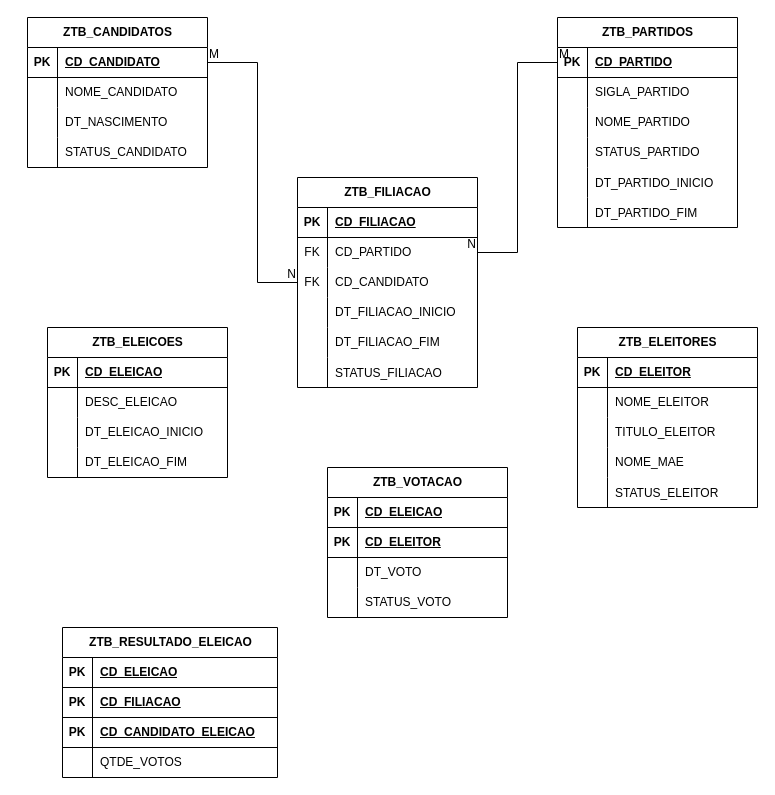
Above: Diagrama sem nome.drawio in HerbertPossebon/Eleicoes (draw.io), before the change. Source tidied: cells renumbered, new cells numbered last; positions are measured from the earlier drawing's top-left corner, leaving out a move shared by most shapes. Both pictures are drawn from the tidied source at 100%, with x=0, y=0 at pixel (27, 17).
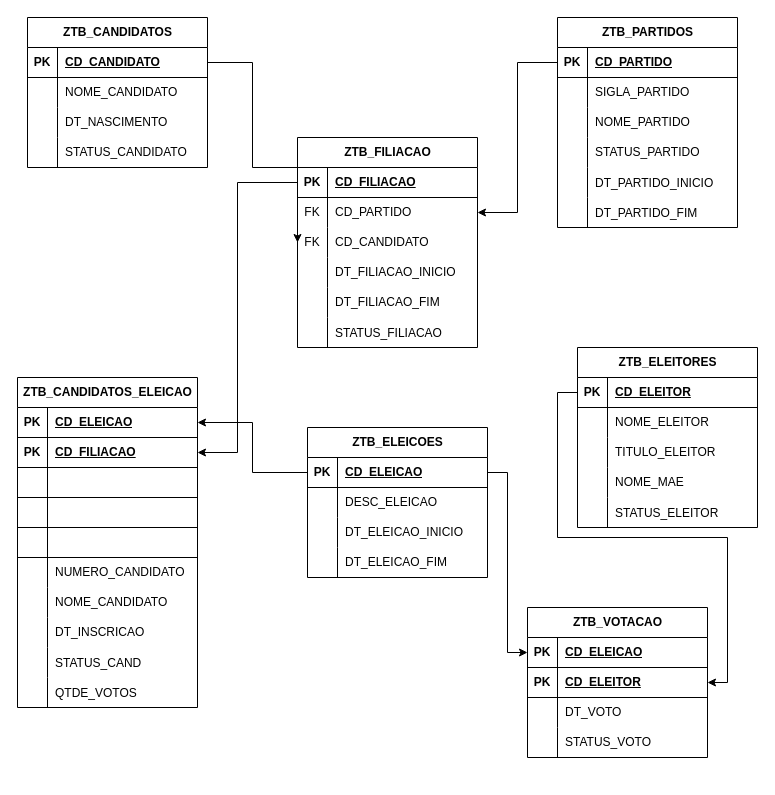
The same diagram, later.

Unchanged cells that the change refers to:
```xml
<mxCell id="3" style="shape=tableRow;horizontal=0;startSize=0;swimlaneHead=0;swimlaneBody=0;fillColor=none;points=[[0,0.5],[1,0.5]];portConstraint=eastwest;top=0;left=0;right=0;bottom=1;" parent="2" vertex="1">
  <mxGeometry y="30" width="180" height="30" as="geometry" />
</mxCell>
<mxCell id="16" style="shape=tableRow;horizontal=0;startSize=0;swimlaneHead=0;swimlaneBody=0;fillColor=none;points=[[0,0.5],[1,0.5]];portConstraint=eastwest;top=0;left=0;right=0;bottom=1;" parent="15" vertex="1">
  <mxGeometry y="30" width="180" height="30" as="geometry" />
</mxCell>
<mxCell id="35" style="shape=tableRow;horizontal=0;startSize=0;swimlaneHead=0;swimlaneBody=0;fillColor=none;points=[[0,0.5],[1,0.5]];portConstraint=eastwest;top=0;left=0;right=0;bottom=1;" parent="34" vertex="1">
  <mxGeometry y="30" width="180" height="30" as="geometry" />
</mxCell>
<mxCell id="38" style="shape=tableRow;horizontal=0;startSize=0;swimlaneHead=0;swimlaneBody=0;fillColor=none;points=[[0,0.5],[1,0.5]];portConstraint=eastwest;top=0;left=0;right=0;bottom=0;" parent="34" vertex="1">
  <mxGeometry y="60" width="180" height="30" as="geometry" />
</mxCell>
<mxCell id="41" style="shape=tableRow;horizontal=0;startSize=0;swimlaneHead=0;swimlaneBody=0;fillColor=none;points=[[0,0.5],[1,0.5]];portConstraint=eastwest;top=0;left=0;right=0;bottom=0;" parent="34" vertex="1">
  <mxGeometry y="90" width="180" height="30" as="geometry" />
</mxCell>
<mxCell id="60" style="shape=tableRow;horizontal=0;startSize=0;swimlaneHead=0;swimlaneBody=0;fillColor=none;points=[[0,0.5],[1,0.5]];portConstraint=eastwest;top=0;left=0;right=0;bottom=1;" parent="59" vertex="1">
  <mxGeometry y="30" width="180" height="30" as="geometry" />
</mxCell>
<mxCell id="73" style="shape=tableRow;horizontal=0;startSize=0;swimlaneHead=0;swimlaneBody=0;fillColor=none;points=[[0,0.5],[1,0.5]];portConstraint=eastwest;top=0;left=0;right=0;bottom=1;" parent="72" vertex="1">
  <mxGeometry y="30" width="180" height="30" as="geometry" />
</mxCell>
<mxCell id="76" style="shape=tableRow;horizontal=0;startSize=0;swimlaneHead=0;swimlaneBody=0;fillColor=none;points=[[0,0.5],[1,0.5]];portConstraint=eastwest;top=0;left=0;right=0;bottom=1;" parent="72" vertex="1">
  <mxGeometry y="60" width="180" height="30" as="geometry" />
</mxCell>
<mxCell id="86" style="shape=tableRow;horizontal=0;startSize=0;swimlaneHead=0;swimlaneBody=0;fillColor=none;points=[[0,0.5],[1,0.5]];portConstraint=eastwest;top=0;left=0;right=0;bottom=1;" parent="85" vertex="1">
  <mxGeometry y="30" width="180" height="30" as="geometry" />
</mxCell>
```

Diff of the diagram source:
```diff
@@
     <mxCell id="34" value="ZTB_FILIACAO" style="shape=table;startSize=30;childLayout=tableLayout;rowLines=0;fontStyle=1;align=center;html=1;" parent="1" vertex="1">
-      <mxGeometry x="270" y="160" width="180" height="210" as="geometry" />
+      <mxGeometry x="270" y="120" width="180" height="210" as="geometry" />
     </mxCell>
@@
-    <mxCell id="53" style="endArrow=none;html=1;rounded=0;exitX=1;exitY=0.5;exitDx=0;exitDy=0;entryX=0;entryY=0.5;entryDx=0;entryDy=0;" parent="1" edge="1" source="3" target="41">
-      <mxGeometry relative="1" as="geometry">
-        <Array as="points">
-          <mxPoint x="230" y="45" />
-          <mxPoint x="230" y="265" />
-        </Array>
-      </mxGeometry>
-    </mxCell>
-    <mxCell id="54" value="M" style="html=1;whiteSpace=wrap;align=left;verticalAlign=bottom;" parent="53" vertex="1">
-      <mxGeometry x="-1" relative="1" as="geometry" />
-    </mxCell>
-    <mxCell id="55" value="N" style="html=1;whiteSpace=wrap;align=right;verticalAlign=bottom;" parent="53" vertex="1">
-      <mxGeometry x="1" relative="1" as="geometry" />
-    </mxCell>
-    <mxCell id="56" style="endArrow=none;html=1;rounded=0;exitX=0;exitY=0.5;exitDx=0;exitDy=0;entryX=1;entryY=0.5;entryDx=0;entryDy=0;" parent="1" edge="1" source="16" target="38">
-      <mxGeometry relative="1" as="geometry">
-        <Array as="points">
-          <mxPoint x="490" y="45" />
-          <mxPoint x="490" y="235" />
-        </Array>
-      </mxGeometry>
-    </mxCell>
-    <mxCell id="57" value="M" style="html=1;whiteSpace=wrap;align=left;verticalAlign=bottom;" parent="56" vertex="1">
-      <mxGeometry x="-1" relative="1" as="geometry" />
-    </mxCell>
-    <mxCell id="58" value="N" style="html=1;whiteSpace=wrap;align=right;verticalAlign=bottom;" parent="56" vertex="1">
-      <mxGeometry x="1" relative="1" as="geometry" />
-    </mxCell>
     <mxCell id="59" value="ZTB_ELEICOES" style="shape=table;startSize=30;childLayout=tableLayout;rowLines=0;fontStyle=1;align=center;html=1;" parent="1" vertex="1">
-      <mxGeometry x="20" y="310" width="180" height="150" as="geometry" />
+      <mxGeometry x="280" y="410" width="180" height="150" as="geometry" />
     </mxCell>
@@
     <mxCell id="72" value="ZTB_VOTACAO" style="shape=table;startSize=30;childLayout=tableLayout;rowLines=0;fontStyle=1;align=center;html=1;" parent="1" vertex="1">
-      <mxGeometry x="300" y="450" width="180" height="150" as="geometry" />
+      <mxGeometry x="500" y="590" width="180" height="150" as="geometry" />
     </mxCell>
@@
     <mxCell id="85" value="ZTB_ELEITORES" style="shape=table;startSize=30;childLayout=tableLayout;rowLines=0;fontStyle=1;align=center;html=1;" parent="1" vertex="1">
-      <mxGeometry x="550" y="310" width="180" height="180" as="geometry" />
+      <mxGeometry x="550" y="330" width="180" height="180" as="geometry" />
     </mxCell>
@@
-    <mxCell id="101" value="ZTB_RESULTADO_ELEICAO" style="shape=table;startSize=30;childLayout=tableLayout;rowLines=0;fontStyle=1;align=center;html=1;" parent="1" vertex="1">
-      <mxGeometry x="35" y="610" width="215" height="150" as="geometry" />
-    </mxCell>
-    <mxCell id="102" style="shape=tableRow;horizontal=0;startSize=0;swimlaneHead=0;swimlaneBody=0;fillColor=none;top=0;left=0;right=0;bottom=1;" parent="101" vertex="1">
-      <mxGeometry y="30" width="215" height="30" as="geometry" />
-    </mxCell>
-    <mxCell id="103" value="PK" style="shape=partialRectangle;fillColor=none;top=0;left=0;bottom=0;right=0;fontStyle=1;overflow=hidden;whiteSpace=wrap;html=1;" parent="102" vertex="1">
-      <mxGeometry width="30" height="30" as="geometry" />
-    </mxCell>
+    <mxCell id="114" value="ZTB_CANDIDATOS_ELEICAO" style="shape=table;startSize=30;childLayout=tableLayout;rowLines=0;fontStyle=1;align=center;html=1;" parent="1" vertex="1">
+      <mxGeometry x="-10" y="360" width="180" height="330" as="geometry" />
+    </mxCell>
+    <mxCell id="115" style="shape=tableRow;horizontal=0;startSize=0;swimlaneHead=0;swimlaneBody=0;fillColor=none;points=[[0,0.5],[1,0.5]];portConstraint=eastwest;top=0;left=0;right=0;bottom=1;" parent="114" vertex="1">
+      <mxGeometry y="30" width="180" height="30" as="geometry" />
+    </mxCell>
+    <mxCell id="116" value="PK" style="shape=partialRectangle;fillColor=none;top=0;left=0;bottom=0;right=0;fontStyle=1;overflow=hidden;whiteSpace=wrap;html=1;" parent="115" vertex="1">
+      <mxGeometry width="30" height="30" as="geometry" />
+    </mxCell>
-    <mxCell id="104" value="CD_ELEICAO" style="shape=partialRectangle;fillColor=none;top=0;left=0;bottom=0;right=0;align=left;spacingLeft=6;fontStyle=5;overflow=hidden;whiteSpace=wrap;html=1;" parent="102" vertex="1">
-      <mxGeometry x="30" width="185" height="30" as="geometry" />
+    <mxCell id="104" value="CD_ELEICAO" style="shape=partialRectangle;fillColor=none;top=0;left=0;bottom=0;right=0;align=left;spacingLeft=6;fontStyle=5;overflow=hidden;whiteSpace=wrap;html=1;" parent="115" vertex="1">
+      <mxGeometry x="30" width="150" height="30" as="geometry" />
     </mxCell>
-    <mxCell id="105" style="shape=tableRow;horizontal=0;startSize=0;swimlaneHead=0;swimlaneBody=0;fillColor=none;top=0;left=0;right=0;bottom=1;" parent="101" vertex="1">
-      <mxGeometry y="60" width="215" height="30" as="geometry" />
-    </mxCell>
-    <mxCell id="106" value="PK" style="shape=partialRectangle;fillColor=none;top=0;left=0;bottom=0;right=0;fontStyle=1;overflow=hidden;whiteSpace=wrap;html=1;" parent="105" vertex="1">
-      <mxGeometry width="30" height="30" as="geometry" />
-    </mxCell>
+    <mxCell id="117" style="shape=tableRow;horizontal=0;startSize=0;swimlaneHead=0;swimlaneBody=0;fillColor=none;points=[[0,0.5],[1,0.5]];portConstraint=eastwest;top=0;left=0;right=0;bottom=1;" parent="114" vertex="1">
+      <mxGeometry y="60" width="180" height="30" as="geometry" />
+    </mxCell>
+    <mxCell id="118" value="PK" style="shape=partialRectangle;fillColor=none;top=0;left=0;bottom=0;right=0;fontStyle=1;overflow=hidden;whiteSpace=wrap;html=1;" parent="117" vertex="1">
+      <mxGeometry width="30" height="30" as="geometry" />
+    </mxCell>
-    <mxCell id="107" value="CD_FILIACAO" style="shape=partialRectangle;fillColor=none;top=0;left=0;bottom=0;right=0;align=left;spacingLeft=6;fontStyle=5;overflow=hidden;whiteSpace=wrap;html=1;" parent="105" vertex="1">
-      <mxGeometry x="30" width="185" height="30" as="geometry" />
+    <mxCell id="107" value="CD_FILIACAO" style="shape=partialRectangle;fillColor=none;top=0;left=0;bottom=0;right=0;align=left;spacingLeft=6;fontStyle=5;overflow=hidden;whiteSpace=wrap;html=1;" parent="117" vertex="1">
+      <mxGeometry x="30" width="150" height="30" as="geometry" />
     </mxCell>
-    <mxCell id="108" style="shape=tableRow;horizontal=0;startSize=0;swimlaneHead=0;swimlaneBody=0;fillColor=none;top=0;left=0;right=0;bottom=1;" parent="101" vertex="1">
-      <mxGeometry y="90" width="215" height="30" as="geometry" />
-    </mxCell>
-    <mxCell id="109" value="PK" style="shape=partialRectangle;fillColor=none;top=0;left=0;bottom=0;right=0;fontStyle=1;overflow=hidden;whiteSpace=wrap;html=1;" parent="108" vertex="1">
-      <mxGeometry width="30" height="30" as="geometry" />
-    </mxCell>
-    <mxCell id="110" value="CD_CANDIDATO_ELEICAO" style="shape=partialRectangle;fillColor=none;top=0;left=0;bottom=0;right=0;align=left;spacingLeft=6;fontStyle=5;overflow=hidden;whiteSpace=wrap;html=1;" parent="108" vertex="1">
-      <mxGeometry x="30" width="185" height="30" as="geometry" />
-    </mxCell>
-    <mxCell id="111" style="shape=tableRow;horizontal=0;startSize=0;swimlaneHead=0;swimlaneBody=0;fillColor=none;top=0;left=0;right=0;bottom=0;" parent="101" vertex="1">
-      <mxGeometry y="120" width="215" height="30" as="geometry" />
-    </mxCell>
-    <mxCell id="112" style="shape=partialRectangle;fillColor=none;top=0;left=0;bottom=0;right=0;overflow=hidden;whiteSpace=wrap;html=1;" parent="111" vertex="1">
-      <mxGeometry width="30" height="30" as="geometry" />
-    </mxCell>
+    <mxCell id="119" style="shape=tableRow;horizontal=0;startSize=0;swimlaneHead=0;swimlaneBody=0;fillColor=none;top=0;left=0;right=0;bottom=1;" parent="114" vertex="1">
+      <mxGeometry y="90" width="180" height="30" as="geometry" />
+    </mxCell>
+    <mxCell id="120" style="shape=partialRectangle;fillColor=none;top=0;left=0;bottom=0;right=0;fontStyle=1;overflow=hidden;whiteSpace=wrap;html=1;" parent="119" vertex="1">
+      <mxGeometry width="30" height="30" as="geometry" />
+    </mxCell>
+    <mxCell id="121" style="shape=partialRectangle;fillColor=none;top=0;left=0;bottom=0;right=0;align=left;spacingLeft=6;fontStyle=5;overflow=hidden;whiteSpace=wrap;html=1;" parent="119" vertex="1">
+      <mxGeometry x="30" width="150" height="30" as="geometry" />
+    </mxCell>
+    <mxCell id="122" style="shape=tableRow;horizontal=0;startSize=0;swimlaneHead=0;swimlaneBody=0;fillColor=none;top=0;left=0;right=0;bottom=1;" parent="114" vertex="1">
+      <mxGeometry y="120" width="180" height="30" as="geometry" />
+    </mxCell>
+    <mxCell id="123" style="shape=partialRectangle;fillColor=none;top=0;left=0;bottom=0;right=0;fontStyle=1;overflow=hidden;whiteSpace=wrap;html=1;" parent="122" vertex="1">
+      <mxGeometry width="30" height="30" as="geometry" />
+    </mxCell>
+    <mxCell id="124" style="shape=partialRectangle;fillColor=none;top=0;left=0;bottom=0;right=0;align=left;spacingLeft=6;fontStyle=5;overflow=hidden;whiteSpace=wrap;html=1;" parent="122" vertex="1">
+      <mxGeometry x="30" width="150" height="30" as="geometry" />
+    </mxCell>
+    <mxCell id="125" style="shape=tableRow;horizontal=0;startSize=0;swimlaneHead=0;swimlaneBody=0;fillColor=none;top=0;left=0;right=0;bottom=1;" parent="114" vertex="1">
+      <mxGeometry y="150" width="180" height="30" as="geometry" />
+    </mxCell>
+    <mxCell id="126" style="shape=partialRectangle;fillColor=none;top=0;left=0;bottom=0;right=0;fontStyle=1;overflow=hidden;whiteSpace=wrap;html=1;" parent="125" vertex="1">
+      <mxGeometry width="30" height="30" as="geometry" />
+    </mxCell>
+    <mxCell id="127" style="shape=partialRectangle;fillColor=none;top=0;left=0;bottom=0;right=0;align=left;spacingLeft=6;fontStyle=5;overflow=hidden;whiteSpace=wrap;html=1;" parent="125" vertex="1">
+      <mxGeometry x="30" width="150" height="30" as="geometry" />
+    </mxCell>
+    <mxCell id="128" style="shape=tableRow;horizontal=0;startSize=0;swimlaneHead=0;swimlaneBody=0;fillColor=none;top=0;left=0;right=0;bottom=0;" parent="114" vertex="1">
+      <mxGeometry y="180" width="180" height="30" as="geometry" />
+    </mxCell>
+    <mxCell id="129" style="shape=partialRectangle;fillColor=none;top=0;left=0;bottom=0;right=0;overflow=hidden;whiteSpace=wrap;html=1;" parent="128" vertex="1">
+      <mxGeometry width="30" height="30" as="geometry" />
+    </mxCell>
+    <mxCell id="130" value="NUMERO_CANDIDATO" style="shape=partialRectangle;fillColor=none;top=0;left=0;bottom=0;right=0;align=left;spacingLeft=6;overflow=hidden;whiteSpace=wrap;html=1;" parent="128" vertex="1">
+      <mxGeometry x="30" width="150" height="30" as="geometry" />
+    </mxCell>
+    <mxCell id="131" style="shape=tableRow;horizontal=0;startSize=0;swimlaneHead=0;swimlaneBody=0;fillColor=none;top=0;left=0;right=0;bottom=0;" parent="114" vertex="1">
+      <mxGeometry y="210" width="180" height="30" as="geometry" />
+    </mxCell>
+    <mxCell id="132" style="shape=partialRectangle;fillColor=none;top=0;left=0;bottom=0;right=0;overflow=hidden;whiteSpace=wrap;html=1;" parent="131" vertex="1">
+      <mxGeometry width="30" height="30" as="geometry" />
+    </mxCell>
+    <mxCell id="133" value="NOME_CANDIDATO" style="shape=partialRectangle;fillColor=none;top=0;left=0;bottom=0;right=0;align=left;spacingLeft=6;overflow=hidden;whiteSpace=wrap;html=1;" parent="131" vertex="1">
+      <mxGeometry x="30" width="150" height="30" as="geometry" />
+    </mxCell>
+    <mxCell id="134" style="shape=tableRow;horizontal=0;startSize=0;swimlaneHead=0;swimlaneBody=0;fillColor=none;top=0;left=0;right=0;bottom=0;" parent="114" vertex="1">
+      <mxGeometry y="240" width="180" height="30" as="geometry" />
+    </mxCell>
+    <mxCell id="135" style="shape=partialRectangle;fillColor=none;top=0;left=0;bottom=0;right=0;overflow=hidden;whiteSpace=wrap;html=1;" parent="134" vertex="1">
+      <mxGeometry width="30" height="30" as="geometry" />
+    </mxCell>
+    <mxCell id="136" value="DT_INSCRICAO" style="shape=partialRectangle;fillColor=none;top=0;left=0;bottom=0;right=0;align=left;spacingLeft=6;overflow=hidden;whiteSpace=wrap;html=1;" parent="134" vertex="1">
+      <mxGeometry x="30" width="150" height="30" as="geometry" />
+    </mxCell>
+    <mxCell id="137" style="shape=tableRow;horizontal=0;startSize=0;swimlaneHead=0;swimlaneBody=0;fillColor=none;top=0;left=0;right=0;bottom=0;" parent="114" vertex="1">
+      <mxGeometry y="270" width="180" height="30" as="geometry" />
+    </mxCell>
+    <mxCell id="138" style="shape=partialRectangle;fillColor=none;top=0;left=0;bottom=0;right=0;overflow=hidden;" parent="137" vertex="1">
+      <mxGeometry width="30" height="30" as="geometry" />
+    </mxCell>
+    <mxCell id="139" value="STATUS_CAND" style="shape=partialRectangle;fillColor=none;top=0;left=0;bottom=0;right=0;align=left;spacingLeft=6;overflow=hidden;" parent="137" vertex="1">
+      <mxGeometry x="30" width="150" height="30" as="geometry" />
+    </mxCell>
+    <mxCell id="140" style="shape=tableRow;horizontal=0;startSize=0;swimlaneHead=0;swimlaneBody=0;fillColor=none;top=0;left=0;right=0;bottom=0;" parent="114" vertex="1">
+      <mxGeometry y="300" width="180" height="30" as="geometry" />
+    </mxCell>
+    <mxCell id="141" style="shape=partialRectangle;fillColor=none;top=0;left=0;bottom=0;right=0;overflow=hidden;" parent="140" vertex="1">
+      <mxGeometry width="30" height="30" as="geometry" />
+    </mxCell>
-    <mxCell id="113" value="QTDE_VOTOS" style="shape=partialRectangle;fillColor=none;top=0;left=0;bottom=0;right=0;align=left;spacingLeft=6;overflow=hidden;whiteSpace=wrap;html=1;" parent="111" vertex="1">
-      <mxGeometry x="30" width="185" height="30" as="geometry" />
+    <mxCell id="113" value="QTDE_VOTOS" style="shape=partialRectangle;fillColor=none;top=0;left=0;bottom=0;right=0;align=left;spacingLeft=6;overflow=hidden;" parent="140" vertex="1">
+      <mxGeometry x="30" width="150" height="30" as="geometry" />
     </mxCell>
+    <mxCell id="53" style="edgeStyle=orthogonalEdgeStyle;rounded=0;jettySize=auto;html=1;entryX=0;entryY=0.5;entryDx=0;entryDy=0;" parent="1" edge="1" source="3" target="41">
+      <mxGeometry relative="1" as="geometry">
+        <Array as="points">
+          <mxPoint x="225" y="45" />
+          <mxPoint x="225" y="150" />
+          <mxPoint x="270" y="150" />
+        </Array>
+      </mxGeometry>
+    </mxCell>
+    <mxCell id="56" style="edgeStyle=orthogonalEdgeStyle;rounded=0;jettySize=auto;html=1;" parent="1" edge="1" source="16" target="38">
+      <mxGeometry relative="1" as="geometry" />
+    </mxCell>
+    <mxCell id="142" style="edgeStyle=orthogonalEdgeStyle;rounded=0;jettySize=auto;html=1;entryX=1;entryY=0.5;entryDx=0;entryDy=0;" parent="1" edge="1" source="60" target="115">
+      <mxGeometry relative="1" as="geometry" />
+    </mxCell>
+    <mxCell id="143" style="edgeStyle=orthogonalEdgeStyle;rounded=0;jettySize=auto;html=1;entryX=1;entryY=0.5;entryDx=0;entryDy=0;" parent="1" edge="1" source="35" target="117">
+      <mxGeometry relative="1" as="geometry">
+        <Array as="points">
+          <mxPoint x="210" y="165" />
+          <mxPoint x="210" y="435" />
+        </Array>
+      </mxGeometry>
+    </mxCell>
+    <mxCell id="144" style="edgeStyle=orthogonalEdgeStyle;rounded=0;jettySize=auto;html=1;entryX=0;entryY=0.5;entryDx=0;entryDy=0;" parent="1" edge="1" source="60" target="73">
+      <mxGeometry relative="1" as="geometry" />
+    </mxCell>
+    <mxCell id="145" style="edgeStyle=orthogonalEdgeStyle;rounded=0;jettySize=auto;html=1;entryX=1;entryY=0.5;entryDx=0;entryDy=0;" parent="1" edge="1" source="86" target="76">
+      <mxGeometry relative="1" as="geometry" />
+    </mxCell>
```
